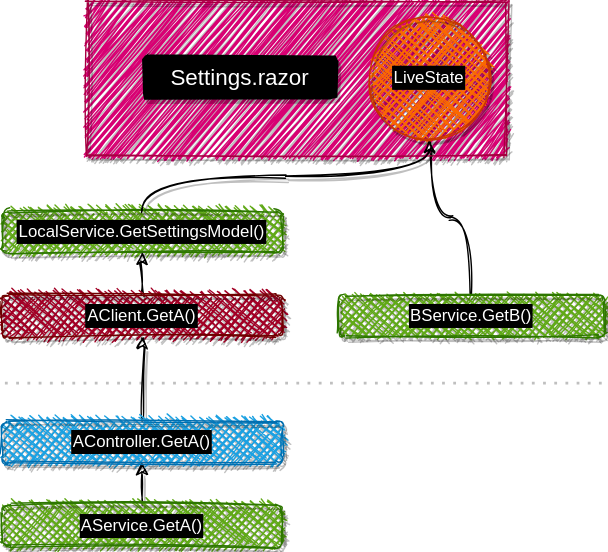
Above: Slides/Fusion_v2/diagrams/use-cases/9.dio.svg in alexyakunin/Stl.Fusion.Materials (draw.io), before the change. Source tidied: cells renumbered, new cells last; positions are measured from the earlier drawing's top-left corner, leaving out a move shared by most shapes. Source of this version:
```xml
<mxGraphModel>
  <root>
    <mxCell id="0" />
    <mxCell id="1" parent="0" />
    <mxCell id="2" value="LocalService.GetSettingsModel()" style="whiteSpace=wrap;html=1;fillColor=#60a917;strokeColor=#2D7600;fontColor=#ffffff;fillStyle=cross-hatch;labelBackgroundColor=#000000;labelBorderColor=#000000;shadow=1;rounded=1;sketch=1;" parent="1" vertex="1">
      <mxGeometry y="150" width="200" height="30" as="geometry" />
    </mxCell>
    <mxCell id="3" style="edgeStyle=orthogonalEdgeStyle;jettySize=auto;html=1;exitX=0.5;exitY=0;exitDx=0;exitDy=0;sketch=1;curved=1;fontColor=#FFFFFF;" parent="1" edge="1" source="4" target="8">
      <mxGeometry relative="1" as="geometry" />
    </mxCell>
    <mxCell id="4" value="BService.GetB()" style="whiteSpace=wrap;html=1;fillColor=#60a917;strokeColor=#2D7600;fontColor=#ffffff;fillStyle=cross-hatch;shadow=1;labelBackgroundColor=#000000;labelBorderColor=#000000;rounded=1;sketch=1;" parent="1" vertex="1">
      <mxGeometry x="240" y="210" width="190" height="30" as="geometry" />
    </mxCell>
    <mxCell id="5" style="edgeStyle=orthogonalEdgeStyle;jettySize=auto;html=1;exitX=0.5;exitY=0;exitDx=0;exitDy=0;entryX=0.5;entryY=1;entryDx=0;entryDy=0;sketch=1;curved=1;shadow=1;fontColor=#FFFFFF;" parent="1" edge="1" source="6" target="17">
      <mxGeometry relative="1" as="geometry" />
    </mxCell>
    <mxCell id="6" value="AService.GetA()" style="whiteSpace=wrap;html=1;fillColor=#60a917;strokeColor=#2D7600;fontColor=#ffffff;fillStyle=cross-hatch;labelBackgroundColor=#000000;labelBorderColor=#000000;shadow=1;rounded=1;sketch=1;" parent="1" vertex="1">
      <mxGeometry y="360" width="200" height="30" as="geometry" />
    </mxCell>
    <mxCell id="7" style="whiteSpace=wrap;html=1;fillStyle=zigzag;fillColor=#d80073;strokeColor=#A50040;fontColor=#ffffff;shadow=1;rounded=0;sketch=1;" parent="1" vertex="1">
      <mxGeometry x="60" width="300" height="110" as="geometry" />
    </mxCell>
    <mxCell id="8" value="LiveState" style="ellipse;whiteSpace=wrap;html=1;fillColor=#fa6800;strokeColor=#C73500;fontColor=#ffffff;fillStyle=cross-hatch;labelBackgroundColor=#000000;labelBorderColor=#000000;shadow=1;rounded=1;sketch=1;" parent="1" vertex="1">
      <mxGeometry x="260" y="10" width="90" height="90" as="geometry" />
    </mxCell>
    <mxCell id="9" value="Settings.razor" style="text;html=1;strokeColor=none;align=center;verticalAlign=middle;whiteSpace=wrap;fontSize=16;fillColor=#000000;fillStyle=solid;shadow=1;rounded=1;sketch=1;fontColor=#FFFFFF;" parent="1" vertex="1">
      <mxGeometry x="100" y="38.8" width="140" height="32.5" as="geometry" />
    </mxCell>
    <mxCell id="10" style="endArrow=none;dashed=1;html=1;dashPattern=1 3;strokeWidth=2;shadow=1;exitX=0;exitY=0;exitDx=0;exitDy=0;strokeColor=#FFFFFF;sketch=0;curved=1;" parent="1" edge="1" source="12">
      <mxGeometry relative="1" as="geometry">
        <mxPoint x="430" y="270" as="targetPoint" />
        <Array as="points">
          <mxPoint x="220" y="270" />
        </Array>
      </mxGeometry>
    </mxCell>
    <mxCell id="11" value="Client" style="text;html=1;strokeColor=none;fillColor=none;align=left;verticalAlign=middle;whiteSpace=wrap;shadow=1;fontSize=14;rounded=1;sketch=1;fontColor=#FFFFFF;" parent="1" vertex="1">
      <mxGeometry y="240" width="50" height="30" as="geometry" />
    </mxCell>
    <mxCell id="12" value="Server" style="text;html=1;strokeColor=none;fillColor=none;align=left;verticalAlign=middle;whiteSpace=wrap;shadow=1;fontSize=14;rounded=1;sketch=1;fontColor=#FFFFFF;" parent="1" vertex="1">
      <mxGeometry y="270" width="50" height="30" as="geometry" />
    </mxCell>
    <mxCell id="13" style="edgeStyle=orthogonalEdgeStyle;jettySize=auto;html=1;exitX=0.5;exitY=0;exitDx=0;exitDy=0;entryX=0.5;entryY=1;entryDx=0;entryDy=0;shadow=1;sketch=1;curved=1;fontColor=#FFFFFF;" parent="1" edge="1" source="2" target="8">
      <mxGeometry relative="1" as="geometry" />
    </mxCell>
    <mxCell id="14" style="edgeStyle=orthogonalEdgeStyle;rounded=0;jettySize=auto;html=1;exitX=0.5;exitY=0;exitDx=0;exitDy=0;entryX=0.5;entryY=1;entryDx=0;entryDy=0;sketch=1;fontColor=#FFFFFF;" parent="1" edge="1" source="15" target="2">
      <mxGeometry relative="1" as="geometry" />
    </mxCell>
    <mxCell id="15" value="AClient.GetA()" style="whiteSpace=wrap;html=1;fillColor=#a20025;strokeColor=#6F0000;fontColor=#ffffff;fillStyle=cross-hatch;labelBackgroundColor=#000000;labelBorderColor=#000000;shadow=1;rounded=1;sketch=1;" parent="1" vertex="1">
      <mxGeometry y="210" width="200" height="30" as="geometry" />
    </mxCell>
    <mxCell id="16" style="edgeStyle=orthogonalEdgeStyle;jettySize=auto;html=1;exitX=0.5;exitY=0;exitDx=0;exitDy=0;entryX=0.5;entryY=1;entryDx=0;entryDy=0;sketch=1;curved=1;shadow=1;fontColor=#FFFFFF;" parent="1" edge="1" source="17" target="15">
      <mxGeometry relative="1" as="geometry" />
    </mxCell>
    <mxCell id="17" value="AController.GetA()" style="whiteSpace=wrap;html=1;fillColor=#1ba1e2;strokeColor=#006EAF;fontColor=#ffffff;fillStyle=cross-hatch;labelBackgroundColor=#000000;labelBorderColor=#000000;shadow=1;rounded=1;sketch=1;" parent="1" vertex="1">
      <mxGeometry y="300" width="200" height="30" as="geometry" />
    </mxCell>
  </root>
</mxGraphModel>
```
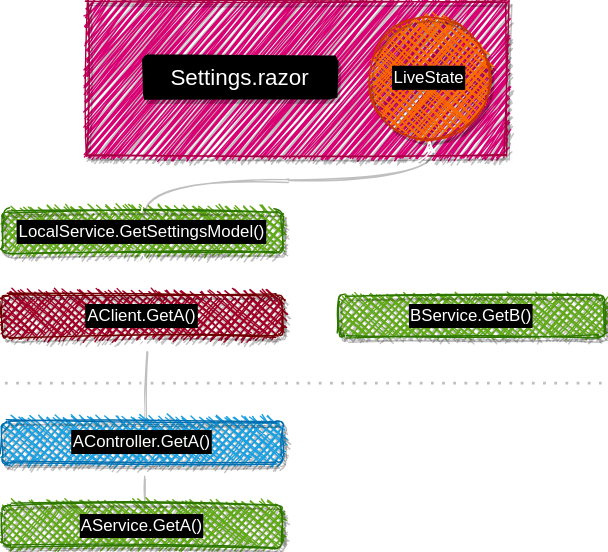
After the change.

Change to the diagram source:
```diff
@@ -5,13 +5,13 @@
     <mxCell id="2" value="LocalService.GetSettingsModel()" style="whiteSpace=wrap;html=1;fillColor=#60a917;strokeColor=#2D7600;fontColor=#ffffff;fillStyle=cross-hatch;labelBackgroundColor=#000000;labelBorderColor=#000000;shadow=1;rounded=1;sketch=1;" parent="1" vertex="1">
       <mxGeometry y="150" width="200" height="30" as="geometry" />
     </mxCell>
-    <mxCell id="3" style="edgeStyle=orthogonalEdgeStyle;jettySize=auto;html=1;exitX=0.5;exitY=0;exitDx=0;exitDy=0;sketch=1;curved=1;fontColor=#FFFFFF;" parent="1" edge="1" source="4" target="8">
+    <mxCell id="3" style="edgeStyle=orthogonalEdgeStyle;jettySize=auto;html=1;exitX=0.5;exitY=0;exitDx=0;exitDy=0;sketch=1;curved=1;fontColor=#FFFFFF;strokeColor=#FFFFFF;" parent="1" edge="1" source="4" target="8">
       <mxGeometry relative="1" as="geometry" />
     </mxCell>
     <mxCell id="4" value="BService.GetB()" style="whiteSpace=wrap;html=1;fillColor=#60a917;strokeColor=#2D7600;fontColor=#ffffff;fillStyle=cross-hatch;shadow=1;labelBackgroundColor=#000000;labelBorderColor=#000000;rounded=1;sketch=1;" parent="1" vertex="1">
       <mxGeometry x="240" y="210" width="190" height="30" as="geometry" />
     </mxCell>
-    <mxCell id="5" style="edgeStyle=orthogonalEdgeStyle;jettySize=auto;html=1;exitX=0.5;exitY=0;exitDx=0;exitDy=0;entryX=0.5;entryY=1;entryDx=0;entryDy=0;sketch=1;curved=1;shadow=1;fontColor=#FFFFFF;" parent="1" edge="1" source="6" target="17">
+    <mxCell id="5" style="edgeStyle=orthogonalEdgeStyle;jettySize=auto;html=1;exitX=0.5;exitY=0;exitDx=0;exitDy=0;entryX=0.5;entryY=1;entryDx=0;entryDy=0;sketch=1;curved=1;shadow=1;fontColor=#FFFFFF;strokeColor=#FFFFFF;" parent="1" edge="1" source="6" target="17">
       <mxGeometry relative="1" as="geometry" />
     </mxCell>
     <mxCell id="6" value="AService.GetA()" style="whiteSpace=wrap;html=1;fillColor=#60a917;strokeColor=#2D7600;fontColor=#ffffff;fillStyle=cross-hatch;labelBackgroundColor=#000000;labelBorderColor=#000000;shadow=1;rounded=1;sketch=1;" parent="1" vertex="1">
@@ -40,16 +40,16 @@
     <mxCell id="12" value="Server" style="text;html=1;strokeColor=none;fillColor=none;align=left;verticalAlign=middle;whiteSpace=wrap;shadow=1;fontSize=14;rounded=1;sketch=1;fontColor=#FFFFFF;" parent="1" vertex="1">
       <mxGeometry y="270" width="50" height="30" as="geometry" />
     </mxCell>
-    <mxCell id="13" style="edgeStyle=orthogonalEdgeStyle;jettySize=auto;html=1;exitX=0.5;exitY=0;exitDx=0;exitDy=0;entryX=0.5;entryY=1;entryDx=0;entryDy=0;shadow=1;sketch=1;curved=1;fontColor=#FFFFFF;" parent="1" edge="1" source="2" target="8">
+    <mxCell id="13" style="edgeStyle=orthogonalEdgeStyle;jettySize=auto;html=1;exitX=0.5;exitY=0;exitDx=0;exitDy=0;entryX=0.5;entryY=1;entryDx=0;entryDy=0;shadow=1;sketch=1;curved=1;fontColor=#FFFFFF;strokeColor=#FFFFFF;" parent="1" edge="1" source="2" target="8">
       <mxGeometry relative="1" as="geometry" />
     </mxCell>
-    <mxCell id="14" style="edgeStyle=orthogonalEdgeStyle;rounded=0;jettySize=auto;html=1;exitX=0.5;exitY=0;exitDx=0;exitDy=0;entryX=0.5;entryY=1;entryDx=0;entryDy=0;sketch=1;fontColor=#FFFFFF;" parent="1" edge="1" source="15" target="2">
+    <mxCell id="14" style="edgeStyle=orthogonalEdgeStyle;rounded=0;jettySize=auto;html=1;exitX=0.5;exitY=0;exitDx=0;exitDy=0;entryX=0.5;entryY=1;entryDx=0;entryDy=0;sketch=1;fontColor=#FFFFFF;strokeColor=#FFFFFF;" parent="1" edge="1" source="15" target="2">
       <mxGeometry relative="1" as="geometry" />
     </mxCell>
     <mxCell id="15" value="AClient.GetA()" style="whiteSpace=wrap;html=1;fillColor=#a20025;strokeColor=#6F0000;fontColor=#ffffff;fillStyle=cross-hatch;labelBackgroundColor=#000000;labelBorderColor=#000000;shadow=1;rounded=1;sketch=1;" parent="1" vertex="1">
       <mxGeometry y="210" width="200" height="30" as="geometry" />
     </mxCell>
-    <mxCell id="16" style="edgeStyle=orthogonalEdgeStyle;jettySize=auto;html=1;exitX=0.5;exitY=0;exitDx=0;exitDy=0;entryX=0.5;entryY=1;entryDx=0;entryDy=0;sketch=1;curved=1;shadow=1;fontColor=#FFFFFF;" parent="1" edge="1" source="17" target="15">
+    <mxCell id="16" style="edgeStyle=orthogonalEdgeStyle;jettySize=auto;html=1;exitX=0.5;exitY=0;exitDx=0;exitDy=0;entryX=0.5;entryY=1;entryDx=0;entryDy=0;sketch=1;curved=1;shadow=1;fontColor=#FFFFFF;strokeColor=#FFFFFF;" parent="1" edge="1" source="17" target="15">
       <mxGeometry relative="1" as="geometry" />
     </mxCell>
     <mxCell id="17" value="AController.GetA()" style="whiteSpace=wrap;html=1;fillColor=#1ba1e2;strokeColor=#006EAF;fontColor=#ffffff;fillStyle=cross-hatch;labelBackgroundColor=#000000;labelBorderColor=#000000;shadow=1;rounded=1;sketch=1;" parent="1" vertex="1">
```
